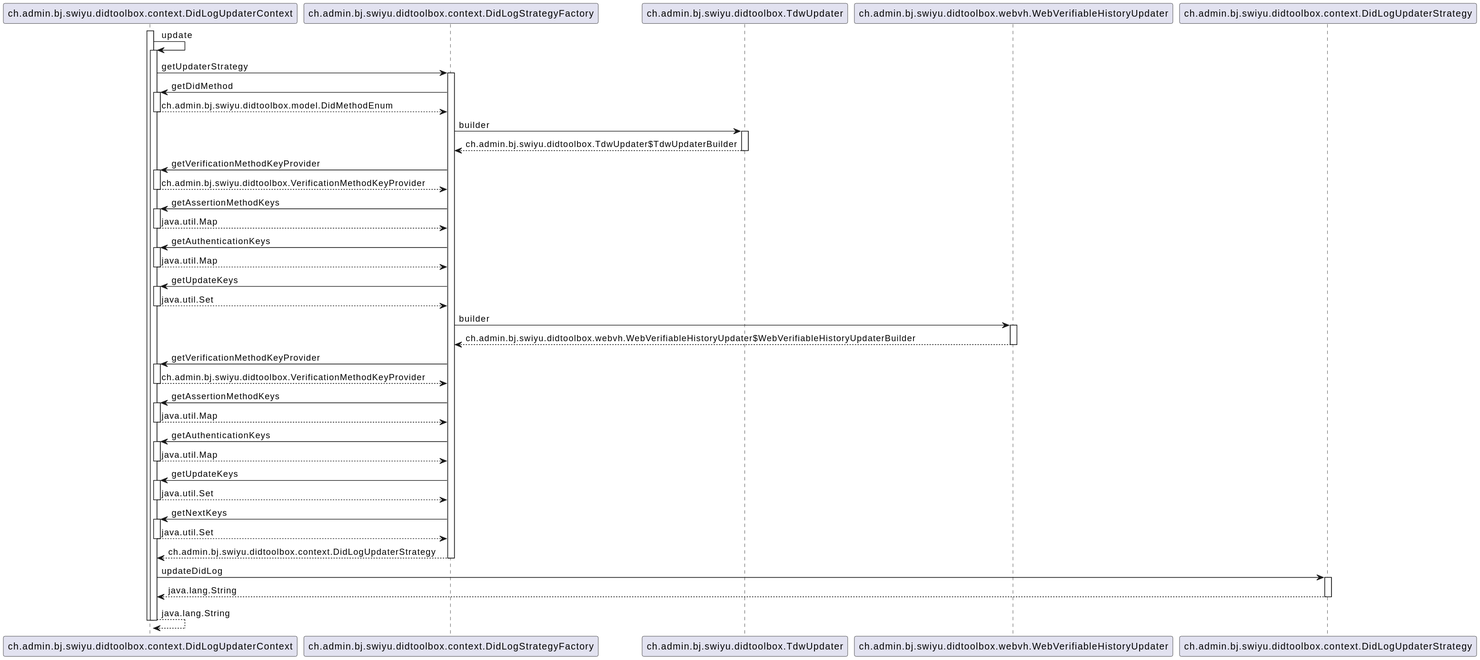
Earlier version of the PlantUML export src/main/plantuml/DidLogUpdaterContext-update.svg (swiyu-admin-ch/didtoolbox-java). Its diagram source:
```plantuml
@startuml
participant ch.admin.bj.swiyu.didtoolbox.context.DidLogUpdaterContext
participant ch.admin.bj.swiyu.didtoolbox.context.DidLogStrategyFactory
participant ch.admin.bj.swiyu.didtoolbox.TdwUpdater
participant ch.admin.bj.swiyu.didtoolbox.webvh.WebVerifiableHistoryUpdater
participant ch.admin.bj.swiyu.didtoolbox.context.DidLogUpdaterStrategy

activate ch.admin.bj.swiyu.didtoolbox.context.DidLogUpdaterContext
	ch.admin.bj.swiyu.didtoolbox.context.DidLogUpdaterContext -> ch.admin.bj.swiyu.didtoolbox.context.DidLogUpdaterContext : update
	activate ch.admin.bj.swiyu.didtoolbox.context.DidLogUpdaterContext
		ch.admin.bj.swiyu.didtoolbox.context.DidLogUpdaterContext -> ch.admin.bj.swiyu.didtoolbox.context.DidLogStrategyFactory : getUpdaterStrategy
		activate ch.admin.bj.swiyu.didtoolbox.context.DidLogStrategyFactory
			ch.admin.bj.swiyu.didtoolbox.context.DidLogStrategyFactory -> ch.admin.bj.swiyu.didtoolbox.context.DidLogUpdaterContext : getDidMethod
			activate ch.admin.bj.swiyu.didtoolbox.context.DidLogUpdaterContext
				ch.admin.bj.swiyu.didtoolbox.context.DidLogUpdaterContext --> ch.admin.bj.swiyu.didtoolbox.context.DidLogStrategyFactory : ch.admin.bj.swiyu.didtoolbox.model.DidMethodEnum
			deactivate ch.admin.bj.swiyu.didtoolbox.context.DidLogUpdaterContext
			ch.admin.bj.swiyu.didtoolbox.context.DidLogStrategyFactory -> ch.admin.bj.swiyu.didtoolbox.TdwUpdater : builder
			activate ch.admin.bj.swiyu.didtoolbox.TdwUpdater
				ch.admin.bj.swiyu.didtoolbox.TdwUpdater --> ch.admin.bj.swiyu.didtoolbox.context.DidLogStrategyFactory : ch.admin.bj.swiyu.didtoolbox.TdwUpdater$TdwUpdaterBuilder
			deactivate ch.admin.bj.swiyu.didtoolbox.TdwUpdater
			ch.admin.bj.swiyu.didtoolbox.context.DidLogStrategyFactory -> ch.admin.bj.swiyu.didtoolbox.context.DidLogUpdaterContext : getVerificationMethodKeyProvider
			activate ch.admin.bj.swiyu.didtoolbox.context.DidLogUpdaterContext
				ch.admin.bj.swiyu.didtoolbox.context.DidLogUpdaterContext --> ch.admin.bj.swiyu.didtoolbox.context.DidLogStrategyFactory : ch.admin.bj.swiyu.didtoolbox.VerificationMethodKeyProvider
			deactivate ch.admin.bj.swiyu.didtoolbox.context.DidLogUpdaterContext
			ch.admin.bj.swiyu.didtoolbox.context.DidLogStrategyFactory -> ch.admin.bj.swiyu.didtoolbox.context.DidLogUpdaterContext : getAssertionMethodKeys
			activate ch.admin.bj.swiyu.didtoolbox.context.DidLogUpdaterContext
				ch.admin.bj.swiyu.didtoolbox.context.DidLogUpdaterContext --> ch.admin.bj.swiyu.didtoolbox.context.DidLogStrategyFactory : java.util.Map
			deactivate ch.admin.bj.swiyu.didtoolbox.context.DidLogUpdaterContext
			ch.admin.bj.swiyu.didtoolbox.context.DidLogStrategyFactory -> ch.admin.bj.swiyu.didtoolbox.context.DidLogUpdaterContext : getAuthenticationKeys
			activate ch.admin.bj.swiyu.didtoolbox.context.DidLogUpdaterContext
				ch.admin.bj.swiyu.didtoolbox.context.DidLogUpdaterContext --> ch.admin.bj.swiyu.didtoolbox.context.DidLogStrategyFactory : java.util.Map
			deactivate ch.admin.bj.swiyu.didtoolbox.context.DidLogUpdaterContext
			ch.admin.bj.swiyu.didtoolbox.context.DidLogStrategyFactory -> ch.admin.bj.swiyu.didtoolbox.context.DidLogUpdaterContext : getUpdateKeys
			activate ch.admin.bj.swiyu.didtoolbox.context.DidLogUpdaterContext
				ch.admin.bj.swiyu.didtoolbox.context.DidLogUpdaterContext --> ch.admin.bj.swiyu.didtoolbox.context.DidLogStrategyFactory : java.util.Set
			deactivate ch.admin.bj.swiyu.didtoolbox.context.DidLogUpdaterContext
			ch.admin.bj.swiyu.didtoolbox.context.DidLogStrategyFactory -> ch.admin.bj.swiyu.didtoolbox.webvh.WebVerifiableHistoryUpdater : builder
			activate ch.admin.bj.swiyu.didtoolbox.webvh.WebVerifiableHistoryUpdater
				ch.admin.bj.swiyu.didtoolbox.webvh.WebVerifiableHistoryUpdater --> ch.admin.bj.swiyu.didtoolbox.context.DidLogStrategyFactory : ch.admin.bj.swiyu.didtoolbox.webvh.WebVerifiableHistoryUpdater$WebVerifiableHistoryUpdaterBuilder
			deactivate ch.admin.bj.swiyu.didtoolbox.webvh.WebVerifiableHistoryUpdater
			ch.admin.bj.swiyu.didtoolbox.context.DidLogStrategyFactory -> ch.admin.bj.swiyu.didtoolbox.context.DidLogUpdaterContext : getVerificationMethodKeyProvider
			activate ch.admin.bj.swiyu.didtoolbox.context.DidLogUpdaterContext
				ch.admin.bj.swiyu.didtoolbox.context.DidLogUpdaterContext --> ch.admin.bj.swiyu.didtoolbox.context.DidLogStrategyFactory : ch.admin.bj.swiyu.didtoolbox.VerificationMethodKeyProvider
			deactivate ch.admin.bj.swiyu.didtoolbox.context.DidLogUpdaterContext
			ch.admin.bj.swiyu.didtoolbox.context.DidLogStrategyFactory -> ch.admin.bj.swiyu.didtoolbox.context.DidLogUpdaterContext : getAssertionMethodKeys
			activate ch.admin.bj.swiyu.didtoolbox.context.DidLogUpdaterContext
				ch.admin.bj.swiyu.didtoolbox.context.DidLogUpdaterContext --> ch.admin.bj.swiyu.didtoolbox.context.DidLogStrategyFactory : java.util.Map
			deactivate ch.admin.bj.swiyu.didtoolbox.context.DidLogUpdaterContext
			ch.admin.bj.swiyu.didtoolbox.context.DidLogStrategyFactory -> ch.admin.bj.swiyu.didtoolbox.context.DidLogUpdaterContext : getAuthenticationKeys
			activate ch.admin.bj.swiyu.didtoolbox.context.DidLogUpdaterContext
				ch.admin.bj.swiyu.didtoolbox.context.DidLogUpdaterContext --> ch.admin.bj.swiyu.didtoolbox.context.DidLogStrategyFactory : java.util.Map
			deactivate ch.admin.bj.swiyu.didtoolbox.context.DidLogUpdaterContext
			ch.admin.bj.swiyu.didtoolbox.context.DidLogStrategyFactory -> ch.admin.bj.swiyu.didtoolbox.context.DidLogUpdaterContext : getUpdateKeys
			activate ch.admin.bj.swiyu.didtoolbox.context.DidLogUpdaterContext
				ch.admin.bj.swiyu.didtoolbox.context.DidLogUpdaterContext --> ch.admin.bj.swiyu.didtoolbox.context.DidLogStrategyFactory : java.util.Set
			deactivate ch.admin.bj.swiyu.didtoolbox.context.DidLogUpdaterContext
			ch.admin.bj.swiyu.didtoolbox.context.DidLogStrategyFactory -> ch.admin.bj.swiyu.didtoolbox.context.DidLogUpdaterContext : getNextKeys
			activate ch.admin.bj.swiyu.didtoolbox.context.DidLogUpdaterContext
				ch.admin.bj.swiyu.didtoolbox.context.DidLogUpdaterContext --> ch.admin.bj.swiyu.didtoolbox.context.DidLogStrategyFactory : java.util.Set
			deactivate ch.admin.bj.swiyu.didtoolbox.context.DidLogUpdaterContext
			ch.admin.bj.swiyu.didtoolbox.context.DidLogStrategyFactory --> ch.admin.bj.swiyu.didtoolbox.context.DidLogUpdaterContext : ch.admin.bj.swiyu.didtoolbox.context.DidLogUpdaterStrategy
		deactivate ch.admin.bj.swiyu.didtoolbox.context.DidLogStrategyFactory
		ch.admin.bj.swiyu.didtoolbox.context.DidLogUpdaterContext -> ch.admin.bj.swiyu.didtoolbox.context.DidLogUpdaterStrategy : updateDidLog
		activate ch.admin.bj.swiyu.didtoolbox.context.DidLogUpdaterStrategy
			ch.admin.bj.swiyu.didtoolbox.context.DidLogUpdaterStrategy --> ch.admin.bj.swiyu.didtoolbox.context.DidLogUpdaterContext : java.lang.String
		deactivate ch.admin.bj.swiyu.didtoolbox.context.DidLogUpdaterStrategy
		ch.admin.bj.swiyu.didtoolbox.context.DidLogUpdaterContext --> ch.admin.bj.swiyu.didtoolbox.context.DidLogUpdaterContext : java.lang.String
	deactivate ch.admin.bj.swiyu.didtoolbox.context.DidLogUpdaterContext
deactivate ch.admin.bj.swiyu.didtoolbox.context.DidLogUpdaterContext
@enduml
```
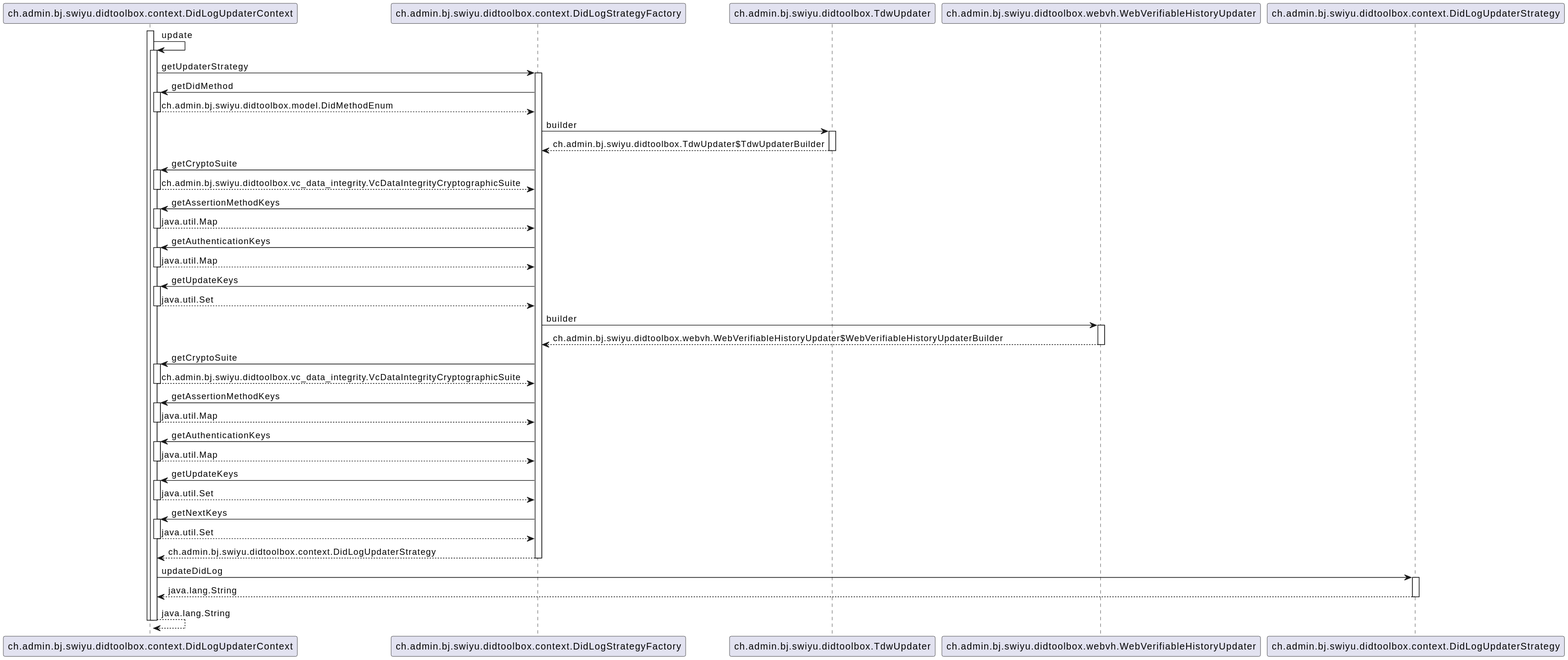
The same diagram one commit later.

What changed in the source:
```diff
@@ -18,9 +18,9 @@
 			activate ch.admin.bj.swiyu.didtoolbox.TdwUpdater
 				ch.admin.bj.swiyu.didtoolbox.TdwUpdater --> ch.admin.bj.swiyu.didtoolbox.context.DidLogStrategyFactory : ch.admin.bj.swiyu.didtoolbox.TdwUpdater$TdwUpdaterBuilder
 			deactivate ch.admin.bj.swiyu.didtoolbox.TdwUpdater
-			ch.admin.bj.swiyu.didtoolbox.context.DidLogStrategyFactory -> ch.admin.bj.swiyu.didtoolbox.context.DidLogUpdaterContext : getVerificationMethodKeyProvider
+			ch.admin.bj.swiyu.didtoolbox.context.DidLogStrategyFactory -> ch.admin.bj.swiyu.didtoolbox.context.DidLogUpdaterContext : getCryptoSuite
 			activate ch.admin.bj.swiyu.didtoolbox.context.DidLogUpdaterContext
-				ch.admin.bj.swiyu.didtoolbox.context.DidLogUpdaterContext --> ch.admin.bj.swiyu.didtoolbox.context.DidLogStrategyFactory : ch.admin.bj.swiyu.didtoolbox.VerificationMethodKeyProvider
+				ch.admin.bj.swiyu.didtoolbox.context.DidLogUpdaterContext --> ch.admin.bj.swiyu.didtoolbox.context.DidLogStrategyFactory : ch.admin.bj.swiyu.didtoolbox.vc_data_integrity.VcDataIntegrityCryptographicSuite
 			deactivate ch.admin.bj.swiyu.didtoolbox.context.DidLogUpdaterContext
 			ch.admin.bj.swiyu.didtoolbox.context.DidLogStrategyFactory -> ch.admin.bj.swiyu.didtoolbox.context.DidLogUpdaterContext : getAssertionMethodKeys
 			activate ch.admin.bj.swiyu.didtoolbox.context.DidLogUpdaterContext
@@ -38,9 +38,9 @@
 			activate ch.admin.bj.swiyu.didtoolbox.webvh.WebVerifiableHistoryUpdater
 				ch.admin.bj.swiyu.didtoolbox.webvh.WebVerifiableHistoryUpdater --> ch.admin.bj.swiyu.didtoolbox.context.DidLogStrategyFactory : ch.admin.bj.swiyu.didtoolbox.webvh.WebVerifiableHistoryUpdater$WebVerifiableHistoryUpdaterBuilder
 			deactivate ch.admin.bj.swiyu.didtoolbox.webvh.WebVerifiableHistoryUpdater
-			ch.admin.bj.swiyu.didtoolbox.context.DidLogStrategyFactory -> ch.admin.bj.swiyu.didtoolbox.context.DidLogUpdaterContext : getVerificationMethodKeyProvider
+			ch.admin.bj.swiyu.didtoolbox.context.DidLogStrategyFactory -> ch.admin.bj.swiyu.didtoolbox.context.DidLogUpdaterContext : getCryptoSuite
 			activate ch.admin.bj.swiyu.didtoolbox.context.DidLogUpdaterContext
-				ch.admin.bj.swiyu.didtoolbox.context.DidLogUpdaterContext --> ch.admin.bj.swiyu.didtoolbox.context.DidLogStrategyFactory : ch.admin.bj.swiyu.didtoolbox.VerificationMethodKeyProvider
+				ch.admin.bj.swiyu.didtoolbox.context.DidLogUpdaterContext --> ch.admin.bj.swiyu.didtoolbox.context.DidLogStrategyFactory : ch.admin.bj.swiyu.didtoolbox.vc_data_integrity.VcDataIntegrityCryptographicSuite
 			deactivate ch.admin.bj.swiyu.didtoolbox.context.DidLogUpdaterContext
 			ch.admin.bj.swiyu.didtoolbox.context.DidLogStrategyFactory -> ch.admin.bj.swiyu.didtoolbox.context.DidLogUpdaterContext : getAssertionMethodKeys
 			activate ch.admin.bj.swiyu.didtoolbox.context.DidLogUpdaterContext
```
